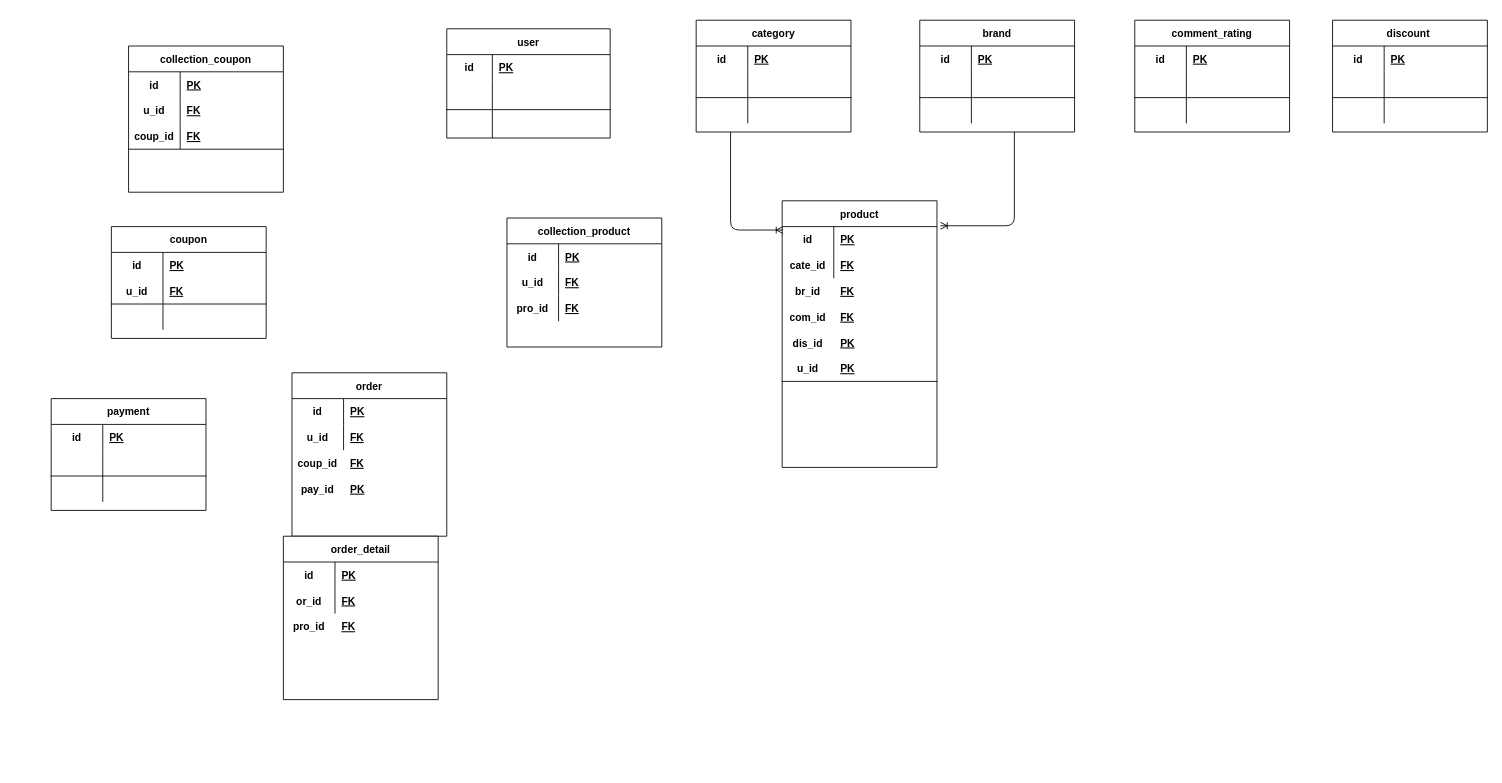
nguyenthanhdat22012001/project-ecommerce keeps this draw.io diagram as project-ecommerce.drawio. Above is the earlier version. Source tidied: cells renumbered, new cells numbered last; positions are measured from the earlier drawing's top-left corner, leaving out a move shared by most shapes. Both pictures are drawn from the tidied source at 86%, with x=0, y=0 at pixel (51, 20).
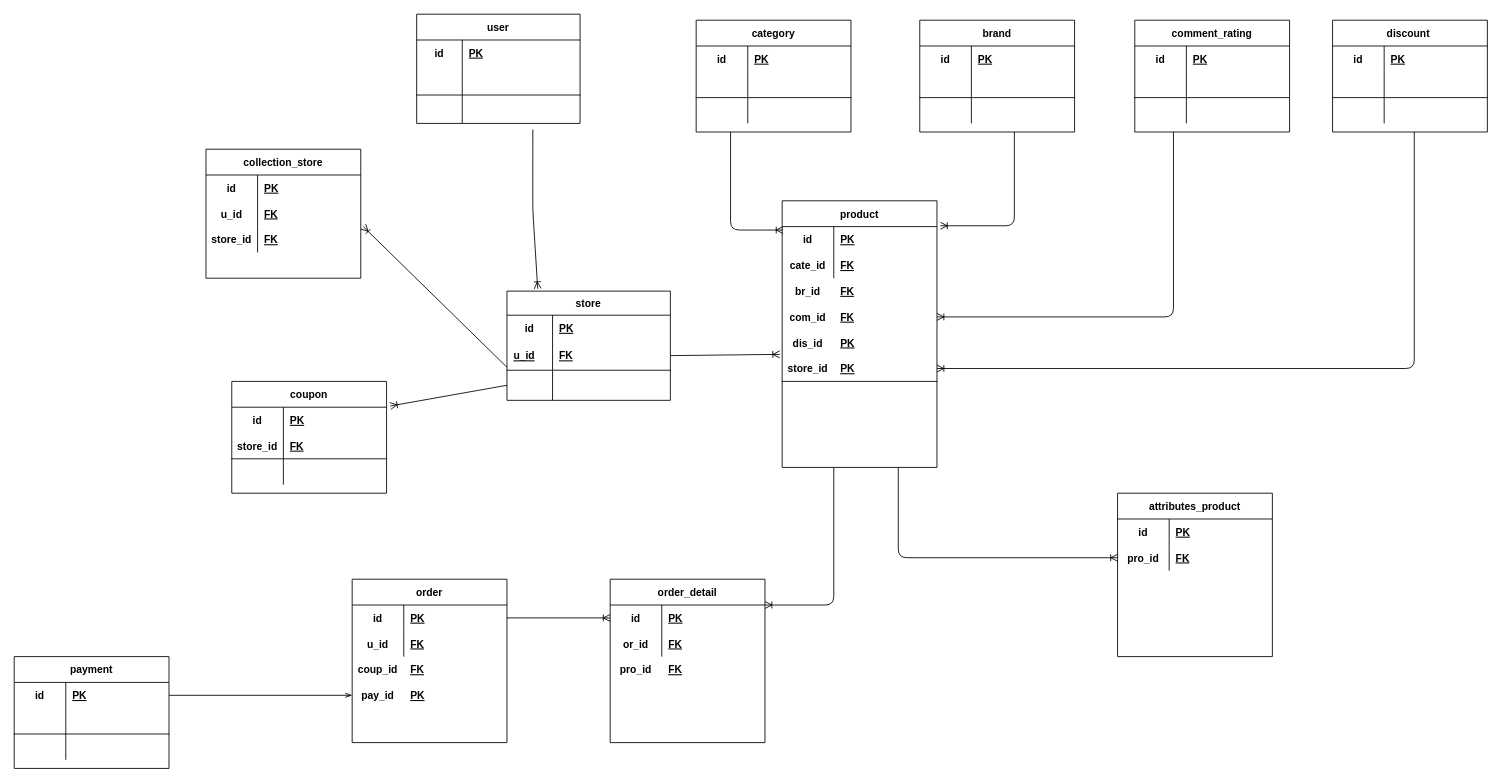
Above is the later version.

The change refers to these unchanged cells:
```xml
<mxCell id="9" style="shape=partialRectangle;fillColor=none;top=0;left=0;bottom=0;right=0;points=[[0,0.5],[1,0.5]];portConstraint=eastwest;" parent="2" vertex="1">
  <mxGeometry y="94" width="190" height="33" as="geometry" />
</mxCell>
<mxCell id="34" value="comment_rating" style="shape=table;startSize=30;childLayout=tableLayout;rowLines=0;fontStyle=1;align=center;" parent="1" vertex="1">
  <mxGeometry x="1260" width="180" height="130" as="geometry" />
</mxCell>
<mxCell id="45" style="shape=partialRectangle;fillColor=none;top=0;left=0;bottom=0;right=0;points=[[0,0.5],[1,0.5]];portConstraint=eastwest;" parent="44" vertex="1">
  <mxGeometry y="30" width="180" height="30" as="geometry" />
</mxCell>
<mxCell id="48" style="shape=partialRectangle;fillColor=none;top=0;left=0;bottom=1;right=0;" parent="44" vertex="1">
  <mxGeometry y="60" width="180" height="30" as="geometry" />
</mxCell>
<mxCell id="55" value="product" style="shape=table;startSize=30;childLayout=tableLayout;rowLines=0;fontStyle=1;align=center;" parent="54" vertex="1">
  <mxGeometry width="180" height="310" as="geometry" />
</mxCell>
<mxCell id="65" style="shape=partialRectangle;fillColor=none;top=0;left=0;bottom=0;right=0;points=[[0,0.5],[1,0.5]];portConstraint=eastwest;" parent="54" vertex="1">
  <mxGeometry y="120" width="180" height="30" as="geometry" />
</mxCell>
<mxCell id="71" style="shape=partialRectangle;fillColor=none;top=0;left=0;bottom=1;right=0;points=[[0,0.5],[1,0.5]];portConstraint=eastwest;" parent="54" vertex="1">
  <mxGeometry y="180" width="180" height="30" as="geometry" />
</mxCell>
<mxCell id="98" style="shape=partialRectangle;fillColor=none;top=0;left=0;bottom=0;right=0;points=[[0,0.5],[1,0.5]];portConstraint=eastwest;" parent="97" vertex="1">
  <mxGeometry y="30" width="180" height="30" as="geometry" />
</mxCell>
<mxCell id="109" style="shape=partialRectangle;fillColor=none;top=0;left=0;bottom=0;right=0;points=[[0,0.5],[1,0.5]];portConstraint=eastwest;" parent="108" vertex="1">
  <mxGeometry y="30" width="180" height="30" as="geometry" />
</mxCell>
<mxCell id="118" style="shape=partialRectangle;fillColor=none;top=0;left=0;bottom=0;right=0;points=[[0,0.5],[1,0.5]];portConstraint=eastwest;" parent="107" vertex="1">
  <mxGeometry y="120" width="180" height="30" as="geometry" />
</mxCell>
<mxCell id="123" style="shape=partialRectangle;fillColor=none;top=0;left=0;bottom=0;right=0;points=[[0,0.5],[1,0.5]];portConstraint=eastwest;" parent="122" vertex="1">
  <mxGeometry y="30" width="180" height="30" as="geometry" />
</mxCell>
<mxCell id="143" style="shape=partialRectangle;fillColor=none;top=0;left=0;bottom=0;right=0;points=[[0,0.5],[1,0.5]];portConstraint=eastwest;" parent="132" vertex="1">
  <mxGeometry y="90" width="180" height="30" as="geometry" />
</mxCell>
```

What changed in the source:
```diff
@@
     <mxCell id="2" value="user" style="shape=table;startSize=30;childLayout=tableLayout;rowLines=0;fontStyle=1;align=center;resizeLastRow=1;horizontal=1;" parent="1" vertex="1">
-      <mxGeometry x="460" y="10" width="190" height="127" as="geometry" />
+      <mxGeometry x="425" y="-7" width="190" height="127" as="geometry" />
     </mxCell>
@@
     <mxCell id="44" value="coupon" style="shape=table;startSize=30;childLayout=tableLayout;rowLines=0;fontStyle=1;align=center;" parent="1" vertex="1">
-      <mxGeometry x="70" y="240" width="180" height="130" as="geometry" />
+      <mxGeometry x="210" y="420" width="180" height="130" as="geometry" />
     </mxCell>
@@
-    <mxCell id="49" value="u_id" style="shape=partialRectangle;fillColor=none;top=0;left=0;bottom=0;right=0;fontStyle=1;overflow=hidden;" parent="48" vertex="1">
+    <mxCell id="49" value="store_id" style="shape=partialRectangle;fillColor=none;top=0;left=0;bottom=0;right=0;fontStyle=1;overflow=hidden;" parent="48" vertex="1">
       <mxGeometry width="60" height="30" as="geometry" />
     </mxCell>
@@
-    <mxCell id="72" value="u_id" style="shape=partialRectangle;fillColor=none;top=0;left=0;bottom=0;right=0;fontStyle=1;overflow=hidden;" parent="71" vertex="1">
-      <mxGeometry width="60" height="30" as="geometry" />
-    </mxCell>
-    <mxCell id="73" value="PK" style="shape=partialRectangle;fillColor=none;top=0;left=0;bottom=0;right=0;align=left;spacingLeft=6;fontStyle=5;overflow=hidden;" parent="71" vertex="1">
-      <mxGeometry x="60" width="120" height="30" as="geometry" />
-    </mxCell>
+    <mxCell id="146" value="store_id" style="shape=partialRectangle;fillColor=none;top=0;left=0;bottom=0;right=0;fontStyle=1;overflow=hidden;" parent="71" vertex="1">
+      <mxGeometry width="60" height="30" as="geometry" />
+    </mxCell>
+    <mxCell id="147" value="PK" style="shape=partialRectangle;fillColor=none;top=0;left=0;bottom=0;right=0;align=left;spacingLeft=6;fontStyle=5;overflow=hidden;" parent="71" vertex="1">
+      <mxGeometry x="60" width="120" height="30" as="geometry" />
+    </mxCell>
@@
-    <mxCell id="84" value="collection_coupon" style="shape=table;startSize=30;childLayout=tableLayout;rowLines=0;fontStyle=1;align=center;" parent="1" vertex="1">
-      <mxGeometry x="90" y="30" width="180" height="170" as="geometry" />
-    </mxCell>
-    <mxCell id="85" style="shape=partialRectangle;fillColor=none;top=0;left=0;bottom=0;right=0;" parent="84" vertex="1">
-      <mxGeometry y="30" width="180" height="30" as="geometry" />
-    </mxCell>
-    <mxCell id="86" value="id" style="shape=partialRectangle;fillColor=none;top=0;left=0;bottom=0;right=0;fontStyle=1;overflow=hidden;" parent="85" vertex="1">
-      <mxGeometry width="60" height="30" as="geometry" />
-    </mxCell>
-    <mxCell id="87" value="PK" style="shape=partialRectangle;fillColor=none;top=0;left=0;bottom=0;right=0;align=left;spacingLeft=6;fontStyle=5;overflow=hidden;" parent="85" vertex="1">
-      <mxGeometry x="60" width="120" height="30" as="geometry" />
-    </mxCell>
-    <mxCell id="88" style="shape=partialRectangle;fillColor=none;top=0;left=0;bottom=0;right=0;points=[[0,0.5],[1,0.5]];portConstraint=eastwest;" parent="84" vertex="1">
-      <mxGeometry y="60" width="180" height="30" as="geometry" />
-    </mxCell>
-    <mxCell id="89" value="u_id" style="shape=partialRectangle;fillColor=none;top=0;left=0;bottom=0;right=0;fontStyle=1;overflow=hidden;" parent="88" vertex="1">
-      <mxGeometry width="60" height="30" as="geometry" />
-    </mxCell>
-    <mxCell id="90" value="FK" style="shape=partialRectangle;fillColor=none;top=0;left=0;bottom=0;right=0;align=left;spacingLeft=6;fontStyle=5;overflow=hidden;" parent="88" vertex="1">
-      <mxGeometry x="60" width="120" height="30" as="geometry" />
-    </mxCell>
-    <mxCell id="91" style="shape=partialRectangle;fillColor=none;top=0;left=0;bottom=0;right=0;" parent="84" vertex="1">
-      <mxGeometry y="90" width="180" height="30" as="geometry" />
-    </mxCell>
-    <mxCell id="92" style="shape=partialRectangle;fillColor=none;top=0;left=0;bottom=0;right=0;overflow=hidden;" parent="91" vertex="1">
-      <mxGeometry width="60" height="30" as="geometry" />
-    </mxCell>
-    <mxCell id="93" style="shape=partialRectangle;fillColor=none;top=0;left=0;bottom=0;right=0;align=left;spacingLeft=6;overflow=hidden;" parent="91" vertex="1">
-      <mxGeometry x="60" width="120" height="30" as="geometry" />
-    </mxCell>
-    <mxCell id="94" style="shape=partialRectangle;fillColor=none;top=0;left=0;bottom=1;right=0;" parent="1" vertex="1">
-      <mxGeometry x="90" y="120" width="180" height="30" as="geometry" />
-    </mxCell>
-    <mxCell id="95" value="coup_id" style="shape=partialRectangle;fillColor=none;top=0;left=0;bottom=0;right=0;fontStyle=1;overflow=hidden;" parent="94" vertex="1">
-      <mxGeometry width="60" height="30" as="geometry" />
-    </mxCell>
-    <mxCell id="96" value="FK" style="shape=partialRectangle;fillColor=none;top=0;left=0;bottom=0;right=0;align=left;spacingLeft=6;fontStyle=5;overflow=hidden;" parent="94" vertex="1">
-      <mxGeometry x="60" width="120" height="30" as="geometry" />
-    </mxCell>
     <mxCell id="97" value="payment" style="shape=table;startSize=30;childLayout=tableLayout;rowLines=0;fontStyle=1;align=center;" parent="1" vertex="1">
-      <mxGeometry y="440" width="180" height="130" as="geometry" />
+      <mxGeometry x="-43" y="740" width="180" height="130" as="geometry" />
     </mxCell>
@@
     <mxCell id="107" style="group;" parent="1" vertex="1">
-      <mxGeometry x="280" y="410" width="180" height="190" as="geometry" />
+      <mxGeometry x="350" y="650" width="180" height="190" as="geometry" />
     </mxCell>
@@
     <mxCell id="121" style="group;" parent="1" vertex="1">
-      <mxGeometry x="270" y="600" width="180" height="190" as="geometry" />
+      <mxGeometry x="650" y="650" width="180" height="190" as="geometry" />
     </mxCell>
@@
     <mxCell id="132" style="group;" parent="1" vertex="1">
-      <mxGeometry x="530" y="230" width="180" height="150" as="geometry" />
+      <mxGeometry x="180" y="150" width="180" height="150" as="geometry" />
     </mxCell>
-    <mxCell id="133" value="collection_product" style="shape=table;startSize=30;childLayout=tableLayout;rowLines=0;fontStyle=1;align=center;" parent="132" vertex="1">
+    <mxCell id="133" value="collection_store" style="shape=table;startSize=30;childLayout=tableLayout;rowLines=0;fontStyle=1;align=center;" parent="132" vertex="1">
       <mxGeometry width="180" height="150" as="geometry" />
     </mxCell>
@@
-    <mxCell id="144" value="pro_id" style="shape=partialRectangle;fillColor=none;top=0;left=0;bottom=0;right=0;fontStyle=1;overflow=hidden;" parent="143" vertex="1">
+    <mxCell id="144" value="store_id" style="shape=partialRectangle;fillColor=none;top=0;left=0;bottom=0;right=0;fontStyle=1;overflow=hidden;" parent="143" vertex="1">
       <mxGeometry width="60" height="30" as="geometry" />
     </mxCell>
@@
+    <mxCell id="148" value="store" style="shape=table;startSize=28;childLayout=tableLayout;rowLines=0;fontStyle=1;align=center;resizeLastRow=1;horizontal=1;" parent="1" vertex="1">
+      <mxGeometry x="530" y="315" width="190" height="127" as="geometry" />
+    </mxCell>
+    <mxCell id="149" style="shape=partialRectangle;fillColor=none;top=0;left=0;bottom=0;right=0;" parent="148" vertex="1">
+      <mxGeometry y="28" width="190" height="30" as="geometry" />
+    </mxCell>
+    <mxCell id="150" value="id" style="shape=partialRectangle;fillColor=none;top=0;left=0;bottom=0;right=0;fontStyle=1;overflow=hidden;" parent="149" vertex="1">
+      <mxGeometry width="53" height="30" as="geometry" />
+    </mxCell>
+    <mxCell id="151" value="PK" style="shape=partialRectangle;fillColor=none;top=0;left=0;bottom=0;right=0;align=left;spacingLeft=6;fontStyle=5;overflow=hidden;" parent="149" vertex="1">
+      <mxGeometry x="53" width="137" height="30" as="geometry" />
+    </mxCell>
+    <mxCell id="152" style="shape=partialRectangle;fillColor=none;top=0;left=0;bottom=1;right=0;points=[[0,0.5],[1,0.5]];portConstraint=eastwest;" parent="148" vertex="1">
+      <mxGeometry y="58" width="190" height="34" as="geometry" />
+    </mxCell>
+    <mxCell id="153" value="u_id" style="shape=partialRectangle;fillColor=none;top=0;left=0;bottom=0;right=0;align=left;spacingLeft=6;fontStyle=5;overflow=hidden;" parent="152" vertex="1">
+      <mxGeometry width="53" height="34" as="geometry" />
+    </mxCell>
+    <mxCell id="154" value="FK" style="shape=partialRectangle;fillColor=none;top=0;left=0;bottom=0;right=0;align=left;spacingLeft=6;fontStyle=5;overflow=hidden;" parent="152" vertex="1">
+      <mxGeometry x="53" width="137" height="34" as="geometry" />
+    </mxCell>
+    <mxCell id="155" style="shape=partialRectangle;fillColor=none;top=0;left=0;bottom=0;right=0;points=[[0,0.5],[1,0.5]];portConstraint=eastwest;" parent="148" vertex="1">
+      <mxGeometry y="92" width="190" height="35" as="geometry" />
+    </mxCell>
+    <mxCell id="156" style="shape=partialRectangle;fillColor=none;top=0;left=0;bottom=0;right=0;overflow=hidden;" parent="155" vertex="1">
+      <mxGeometry width="53" height="35" as="geometry" />
+    </mxCell>
+    <mxCell id="157" style="shape=partialRectangle;fillColor=none;top=0;left=0;bottom=0;right=0;align=left;spacingLeft=6;overflow=hidden;" parent="155" vertex="1">
+      <mxGeometry x="53" width="137" height="35" as="geometry" />
+    </mxCell>
+    <mxCell id="158" style="fontSize=12;html=1;endArrow=ERoneToMany;entryX=0.188;entryY=-0.022;entryDx=0;entryDy=0;entryPerimeter=0;exitX=0.711;exitY=1.216;exitDx=0;exitDy=0;exitPerimeter=0;" parent="1" edge="1" source="9" target="148">
+      <mxGeometry relative="1" as="geometry">
+        <Array as="points">
+          <mxPoint x="560" y="220" />
+        </Array>
+      </mxGeometry>
+    </mxCell>
+    <mxCell id="159" style="fontSize=12;html=1;endArrow=openThin;entryX=0;entryY=0.5;entryDx=0;entryDy=0;endFill=0;exitX=1;exitY=0.5;exitDx=0;exitDy=0;" parent="1" edge="1" source="98" target="118">
+      <mxGeometry relative="1" as="geometry" />
+    </mxCell>
+    <mxCell id="160" style="fontSize=12;html=1;endArrow=ERoneToMany;entryX=1.024;entryY=-0.048;entryDx=0;entryDy=0;entryPerimeter=0;exitX=0;exitY=0.5;exitDx=0;exitDy=0;" parent="1" edge="1" source="155" target="45">
+      <mxGeometry relative="1" as="geometry" />
+    </mxCell>
+    <mxCell id="161" style="fontSize=12;html=1;endArrow=ERoneToMany;entryX=1.016;entryY=0;entryDx=0;entryDy=0;entryPerimeter=0;exitX=0;exitY=0.899;exitDx=0;exitDy=0;exitPerimeter=0;" parent="1" edge="1" source="152" target="143">
+      <mxGeometry relative="1" as="geometry" />
+    </mxCell>
+    <mxCell id="162" style="fontSize=12;html=1;endArrow=ERoneToMany;entryX=1;entryY=0.5;entryDx=0;entryDy=0;exitX=0.25;exitY=1;exitDx=0;exitDy=0;" parent="1" edge="1" source="34" target="65">
+      <mxGeometry relative="1" as="geometry">
+        <Array as="points">
+          <mxPoint x="1305" y="345" />
+        </Array>
+      </mxGeometry>
+    </mxCell>
+    <mxCell id="163" style="fontSize=12;html=1;endArrow=ERoneToMany;entryX=1;entryY=0;entryDx=0;entryDy=0;entryPerimeter=0;" parent="1" edge="1" target="123">
+      <mxGeometry relative="1" as="geometry">
+        <mxPoint x="910" y="520" as="sourcePoint" />
+        <Array as="points">
+          <mxPoint x="910" y="680" />
+        </Array>
+      </mxGeometry>
+    </mxCell>
+    <mxCell id="164" style="fontSize=12;html=1;endArrow=ERoneToMany;exitX=1;exitY=0.5;exitDx=0;exitDy=0;" parent="1" edge="1" source="109">
+      <mxGeometry relative="1" as="geometry">
+        <mxPoint x="650" y="695" as="targetPoint" />
+      </mxGeometry>
+    </mxCell>
+    <mxCell id="165" style="fontSize=12;html=1;endArrow=ERoneToMany;entryX=1;entryY=0.5;entryDx=0;entryDy=0;exitX=0.25;exitY=1;exitDx=0;exitDy=0;" parent="1" edge="1" target="71">
+      <mxGeometry relative="1" as="geometry">
+        <mxPoint x="1585" y="130" as="sourcePoint" />
+        <Array as="points">
+          <mxPoint x="1585" y="405" />
+        </Array>
+      </mxGeometry>
+    </mxCell>
+    <mxCell id="166" style="fontSize=12;html=1;endArrow=ERoneToMany;entryX=-0.016;entryY=-0.048;entryDx=0;entryDy=0;entryPerimeter=0;exitX=1;exitY=0.5;exitDx=0;exitDy=0;" parent="1" edge="1" source="152" target="71">
+      <mxGeometry relative="1" as="geometry" />
+    </mxCell>
+    <mxCell id="167" value="attributes_product" style="shape=table;startSize=30;childLayout=tableLayout;rowLines=0;fontStyle=1;align=center;" parent="1" vertex="1">
+      <mxGeometry x="1240" y="550" width="180" height="190" as="geometry" />
+    </mxCell>
+    <mxCell id="85" style="shape=partialRectangle;fillColor=none;top=0;left=0;bottom=0;right=0;" parent="167" vertex="1">
+      <mxGeometry y="30" width="180" height="30" as="geometry" />
+    </mxCell>
+    <mxCell id="86" value="id" style="shape=partialRectangle;fillColor=none;top=0;left=0;bottom=0;right=0;fontStyle=1;overflow=hidden;" parent="85" vertex="1">
+      <mxGeometry width="60" height="30" as="geometry" />
+    </mxCell>
+    <mxCell id="168" value="PK" style="shape=partialRectangle;fillColor=none;top=0;left=0;bottom=0;right=0;align=left;spacingLeft=6;fontStyle=5;overflow=hidden;" parent="85" vertex="1">
+      <mxGeometry x="60" width="120" height="30" as="geometry" />
+    </mxCell>
+    <mxCell id="88" style="shape=partialRectangle;fillColor=none;top=0;left=0;bottom=0;right=0;points=[[0,0.5],[1,0.5]];portConstraint=eastwest;" parent="167" vertex="1">
+      <mxGeometry y="60" width="180" height="30" as="geometry" />
+    </mxCell>
+    <mxCell id="169" value="pro_id" style="shape=partialRectangle;fillColor=none;top=0;left=0;bottom=0;right=0;fontStyle=1;overflow=hidden;" parent="88" vertex="1">
+      <mxGeometry width="60" height="30" as="geometry" />
+    </mxCell>
+    <mxCell id="170" value="FK" style="shape=partialRectangle;fillColor=none;top=0;left=0;bottom=0;right=0;align=left;spacingLeft=6;fontStyle=5;overflow=hidden;" parent="88" vertex="1">
+      <mxGeometry x="60" width="120" height="30" as="geometry" />
+    </mxCell>
+    <mxCell id="171" style="fontSize=12;html=1;endArrow=ERoneToMany;entryX=0;entryY=0.5;entryDx=0;entryDy=0;exitX=0.75;exitY=1;exitDx=0;exitDy=0;" parent="1" edge="1" source="55" target="88">
+      <mxGeometry relative="1" as="geometry">
+        <Array as="points">
+          <mxPoint x="985" y="625" />
+        </Array>
+      </mxGeometry>
+    </mxCell>
```
